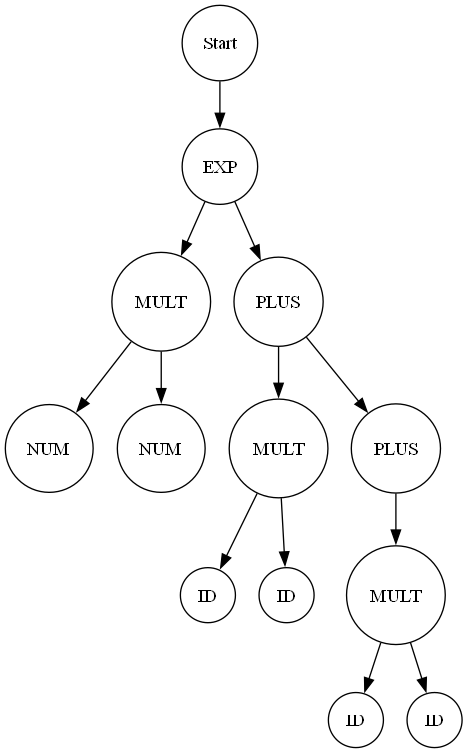
Before: ast.png, a diagram exported from Graphviz (GH120/JS-Compiler). Its source is kept beside it as ast.dot.
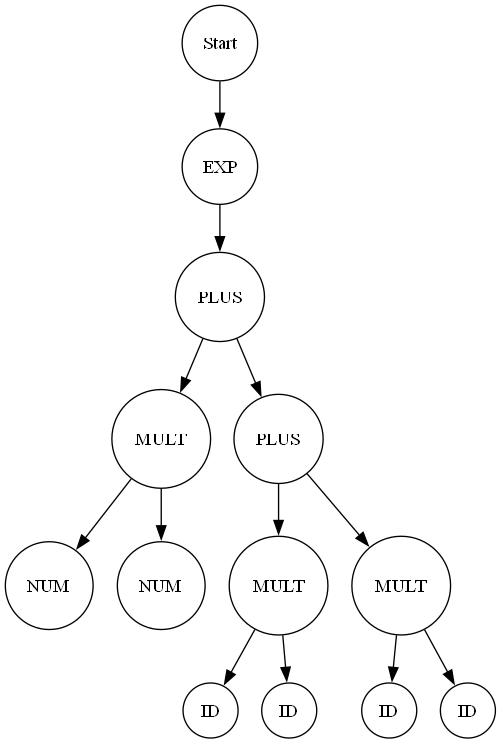
Later version of the same file.

What changed in the source:
```diff
@@ -4,26 +4,26 @@
               node0 [label="Start"];
   node0_0 [label="EXP"];
   node0 -> node0_0;
-  node0_0_0 [label="MULT"];
+  node0_0_0 [label="PLUS"];
   node0_0 -> node0_0_0;
-  node0_0_0_0 [label="NUM"];
+  node0_0_0_0 [label="MULT"];
   node0_0_0 -> node0_0_0_0;
-  node0_0_0_1 [label="NUM"];
+  node0_0_0_0_0 [label="NUM"];
+  node0_0_0_0 -> node0_0_0_0_0;
+  node0_0_0_0_1 [label="NUM"];
+  node0_0_0_0 -> node0_0_0_0_1;
+  node0_0_0_1 [label="PLUS"];
   node0_0_0 -> node0_0_0_1;
-  node0_0_1 [label="PLUS"];
-  node0_0 -> node0_0_1;
-  node0_0_1_0 [label="MULT"];
-  node0_0_1 -> node0_0_1_0;
-  node0_0_1_0_0 [label="ID"];
-  node0_0_1_0 -> node0_0_1_0_0;
-  node0_0_1_0_1 [label="ID"];
-  node0_0_1_0 -> node0_0_1_0_1;
-  node0_0_1_1 [label="PLUS"];
-  node0_0_1 -> node0_0_1_1;
-  node0_0_1_1_0 [label="MULT"];
-  node0_0_1_1 -> node0_0_1_1_0;
-  node0_0_1_1_0_0 [label="ID"];
-  node0_0_1_1_0 -> node0_0_1_1_0_0;
-  node0_0_1_1_0_1 [label="ID"];
-  node0_0_1_1_0 -> node0_0_1_1_0_1;
+  node0_0_0_1_0 [label="MULT"];
+  node0_0_0_1 -> node0_0_0_1_0;
+  node0_0_0_1_0_0 [label="ID"];
+  node0_0_0_1_0 -> node0_0_0_1_0_0;
+  node0_0_0_1_0_1 [label="ID"];
+  node0_0_0_1_0 -> node0_0_0_1_0_1;
+  node0_0_0_1_1 [label="MULT"];
+  node0_0_0_1 -> node0_0_0_1_1;
+  node0_0_0_1_1_0 [label="ID"];
+  node0_0_0_1_1 -> node0_0_0_1_1_0;
+  node0_0_0_1_1_1 [label="ID"];
+  node0_0_0_1_1 -> node0_0_0_1_1_1;
         }
```
